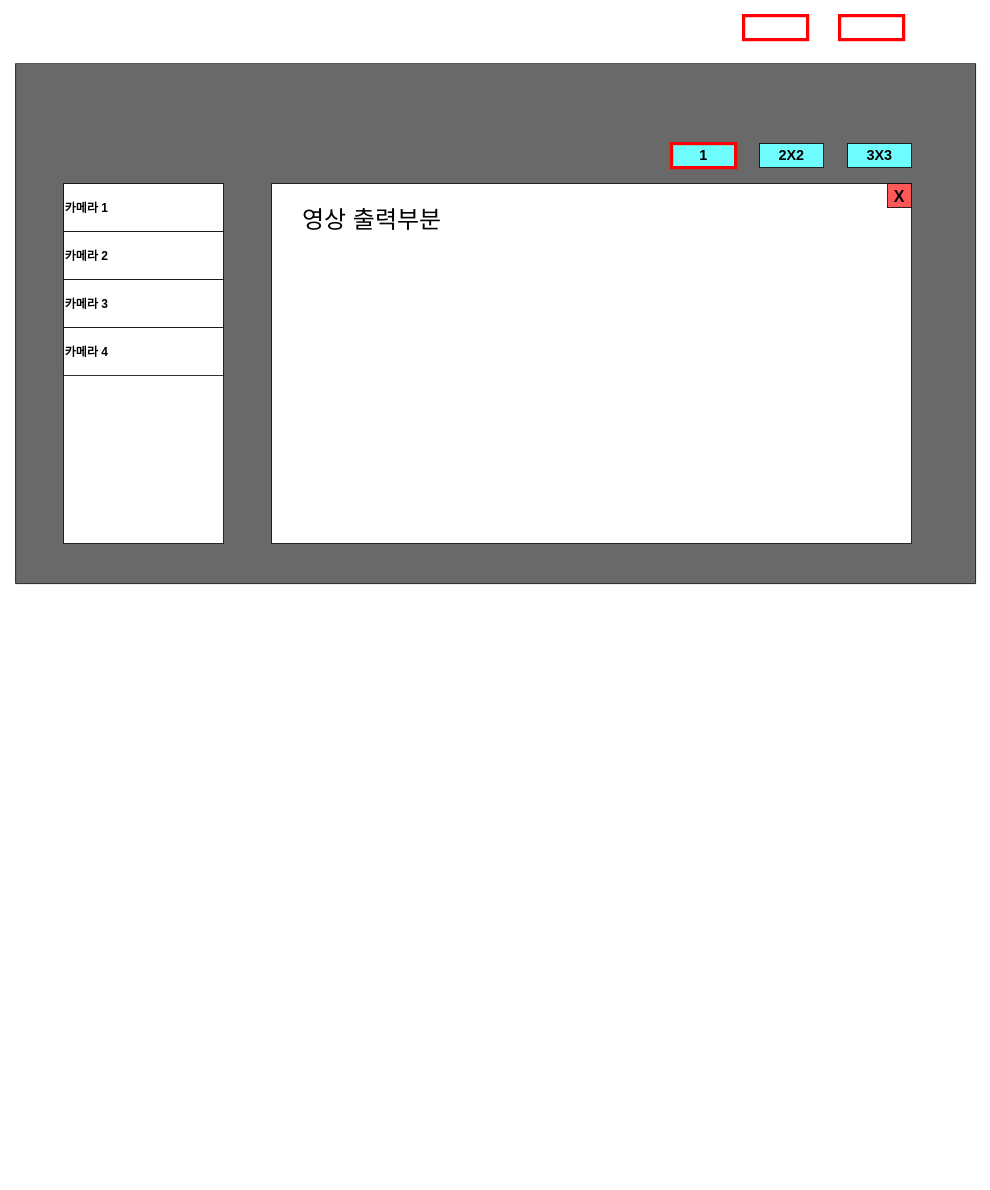
This is RTSP관제프로그램 UI.drawio from Hyunmin-Kwak-hub/neighbor21, a draw.io file, before an edit. Source tidied: cells renumbered, new cells numbered last; positions are measured from the earlier drawing's top-left corner, leaving out a move shared by most shapes. Both pictures are drawn from the tidied source at 80%, with x=0, y=0 at pixel (15, 15).
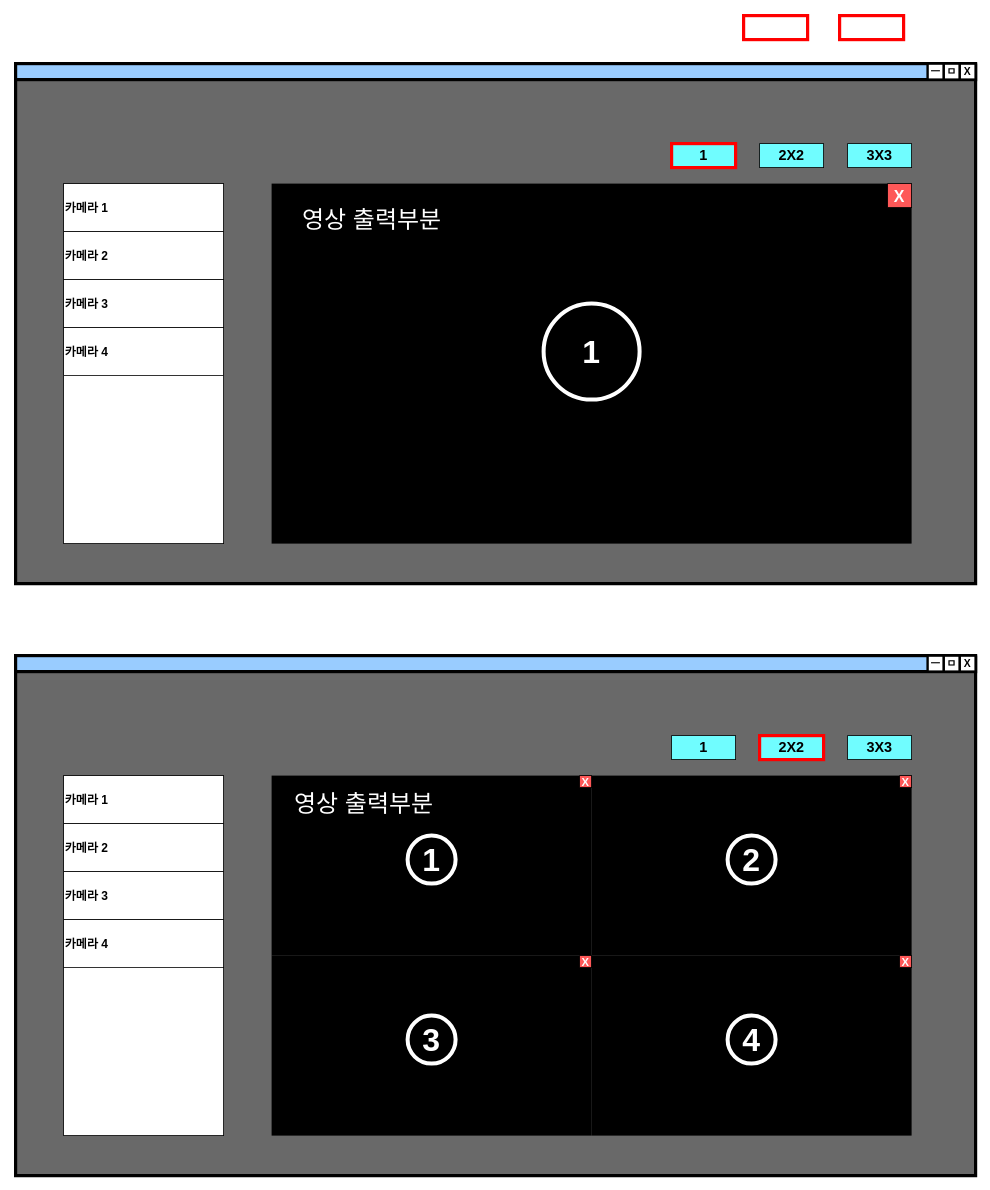
The same page after the edit.

Commit message (it also covers changes not shown here):
RTSP관제프로그램 UI.drawio 업데이트

Change to the diagram source:
```diff
@@
-    <mxCell id="2" style="swimlane;startSize=0;swimlaneFillColor=light-dark(#696969, #ededed);fillColor=none;" parent="1" vertex="1">
+    <mxCell id="2" style="swimlane;startSize=0;swimlaneFillColor=light-dark(#696969, #ededed);fillColor=none;strokeWidth=4;" parent="1" vertex="1">
       <mxGeometry y="60" width="1200" height="650" as="geometry" />
     </mxCell>
-    <mxCell id="3" style="rounded=0;whiteSpace=wrap;html=1;" parent="2" vertex="1">
+    <mxCell id="3" style="rounded=0;whiteSpace=wrap;html=1;gradientColor=none;strokeColor=none;fillColor=#000000;" parent="2" vertex="1">
       <mxGeometry x="320" y="150" width="800" height="450" as="geometry" />
     </mxCell>
-    <mxCell id="4" value="영상 출력부분" style="text;html=1;align=center;verticalAlign=middle;strokeColor=none;fillColor=none;fontSize=30;" parent="2" vertex="1">
+    <mxCell id="4" value="영상 출력부분" style="text;html=1;align=center;verticalAlign=middle;strokeColor=none;fillColor=none;fontSize=30;fontColor=#FFFFFF;" parent="2" vertex="1">
       <mxGeometry x="340" y="170" width="210" height="50" as="geometry" />
     </mxCell>
@@
-    <mxCell id="9" value="X" style="whiteSpace=wrap;html=1;fontStyle=1;fontSize=20;fillColor=light-dark(#fe5858, #ff7777);" parent="2" vertex="1">
+    <mxCell id="9" value="X" style="whiteSpace=wrap;html=1;fontStyle=1;fontSize=20;fillColor=light-dark(#fe5858, #ff7777);fontColor=#FFFFFF;" parent="2" vertex="1">
       <mxGeometry x="1090" y="150" width="30" height="30" as="geometry" />
     </mxCell>
@@
+    <mxCell id="17" value="&lt;b&gt;&lt;font style=&quot;font-size: 40px; color: rgb(255, 255, 255);&quot;&gt;1&lt;/font&gt;&lt;/b&gt;" style="ellipse;whiteSpace=wrap;html=1;strokeWidth=5;strokeColor=light-dark(#ffffff, #ededed);fillColor=none;" parent="2" vertex="1">
+      <mxGeometry x="660" y="300" width="120" height="120" as="geometry" />
+    </mxCell>
+    <mxCell id="18" style="rounded=0;whiteSpace=wrap;html=1;strokeWidth=4;fillColor=#99CCFF;" parent="2" vertex="1">
+      <mxGeometry width="1200" height="20" as="geometry" />
+    </mxCell>
+    <mxCell id="19" value="X" style="whiteSpace=wrap;html=1;strokeWidth=3;fontStyle=1;fontSize=13;" parent="2" vertex="1">
+      <mxGeometry x="1180" width="20" height="20" as="geometry" />
+    </mxCell>
+    <mxCell id="20" value="ㅁ" style="whiteSpace=wrap;html=1;strokeWidth=3;fontStyle=1;fontSize=13;" parent="2" vertex="1">
+      <mxGeometry x="1160" width="20" height="20" as="geometry" />
+    </mxCell>
+    <mxCell id="21" value="ㅡ" style="whiteSpace=wrap;html=1;strokeWidth=3;fontStyle=1;fontSize=13;" parent="2" vertex="1">
+      <mxGeometry x="1140" width="20" height="20" as="geometry" />
+    </mxCell>
@@
+    <mxCell id="22" style="swimlane;startSize=0;swimlaneFillColor=light-dark(#696969, #ededed);fillColor=none;strokeWidth=4;" parent="1" vertex="1">
+      <mxGeometry y="800" width="1200" height="650" as="geometry" />
+    </mxCell>
+    <mxCell id="23" style="rounded=0;whiteSpace=wrap;html=1;" parent="22" vertex="1">
+      <mxGeometry x="60" y="150" width="200" height="450" as="geometry" />
+    </mxCell>
+    <mxCell id="24" value="1" style="rounded=0;whiteSpace=wrap;html=1;fontSize=18;fontStyle=1;gradientColor=none;fillColor=light-dark(#70FDFF,#EDEDED);" parent="22" vertex="1">
+      <mxGeometry x="820" y="100" width="80" height="30" as="geometry" />
+    </mxCell>
+    <mxCell id="25" value="3X3" style="rounded=0;whiteSpace=wrap;html=1;fontStyle=1;fontSize=18;fillColor=#70FDFF;" parent="22" vertex="1">
+      <mxGeometry x="1040" y="100" width="80" height="30" as="geometry" />
+    </mxCell>
+    <mxCell id="26" value="2X2" style="rounded=0;whiteSpace=wrap;html=1;fontSize=18;fontStyle=1;fillColor=#70FDFF;" parent="22" vertex="1">
+      <mxGeometry x="930" y="100" width="80" height="30" as="geometry" />
+    </mxCell>
+    <mxCell id="27" value="카메라 1" style="rounded=0;whiteSpace=wrap;html=1;align=left;fontStyle=1;fontSize=15;" parent="22" vertex="1">
+      <mxGeometry x="60" y="150" width="200" height="60" as="geometry" />
+    </mxCell>
+    <mxCell id="28" value="카메라 2" style="rounded=0;whiteSpace=wrap;html=1;align=left;fontStyle=1;fontSize=15;" parent="22" vertex="1">
+      <mxGeometry x="60" y="210" width="200" height="60" as="geometry" />
+    </mxCell>
+    <mxCell id="29" value="카메라 3" style="rounded=0;whiteSpace=wrap;html=1;align=left;fontStyle=1;fontSize=15;" parent="22" vertex="1">
+      <mxGeometry x="60" y="270" width="200" height="60" as="geometry" />
+    </mxCell>
+    <mxCell id="30" value="카메라 4" style="rounded=0;whiteSpace=wrap;html=1;align=left;fontSize=15;fontStyle=1;" parent="22" vertex="1">
+      <mxGeometry x="60" y="330" width="200" height="60" as="geometry" />
+    </mxCell>
+    <mxCell id="31" style="rounded=0;whiteSpace=wrap;html=1;fillColor=none;strokeWidth=4;strokeColor=light-dark(#ff0000, #ededed);" parent="22" vertex="1">
+      <mxGeometry x="930" y="100" width="80" height="30" as="geometry" />
+    </mxCell>
+    <mxCell id="32" style="rounded=0;whiteSpace=wrap;html=1;strokeWidth=4;fillColor=#99CCFF;" parent="22" vertex="1">
+      <mxGeometry width="1200" height="20" as="geometry" />
+    </mxCell>
+    <mxCell id="33" value="X" style="whiteSpace=wrap;html=1;strokeWidth=3;fontStyle=1;fontSize=13;" parent="22" vertex="1">
+      <mxGeometry x="1180" width="20" height="20" as="geometry" />
+    </mxCell>
+    <mxCell id="34" value="ㅁ" style="whiteSpace=wrap;html=1;strokeWidth=3;fontStyle=1;fontSize=13;" parent="22" vertex="1">
+      <mxGeometry x="1160" width="20" height="20" as="geometry" />
+    </mxCell>
+    <mxCell id="35" value="ㅡ" style="whiteSpace=wrap;html=1;strokeWidth=3;fontStyle=1;fontSize=13;" parent="22" vertex="1">
+      <mxGeometry x="1140" width="20" height="20" as="geometry" />
+    </mxCell>
+    <mxCell id="36" style="group;" parent="22" vertex="1">
+      <mxGeometry x="320" y="150" width="800" height="450" as="geometry" />
+    </mxCell>
+    <mxCell id="37" style="rounded=0;whiteSpace=wrap;html=1;gradientColor=none;strokeColor=none;fillColor=#000000;" parent="36" vertex="1">
+      <mxGeometry x="400" width="400" height="225" as="geometry" />
+    </mxCell>
+    <mxCell id="38" value="X" style="whiteSpace=wrap;html=1;fontStyle=1;fontSize=14;fillColor=light-dark(#fe5858, #ff7777);fontColor=#FFFFFF;" parent="36" vertex="1">
+      <mxGeometry x="785" width="15" height="15" as="geometry" />
+    </mxCell>
+    <mxCell id="39" value="&lt;b&gt;&lt;font style=&quot;font-size: 40px; color: rgb(255, 255, 255);&quot;&gt;2&lt;/font&gt;&lt;/b&gt;" style="ellipse;whiteSpace=wrap;html=1;strokeWidth=5;strokeColor=light-dark(#ffffff, #ededed);fillColor=none;" parent="36" vertex="1">
+      <mxGeometry x="570" y="75" width="60" height="60" as="geometry" />
+    </mxCell>
+    <mxCell id="40" style="rounded=0;whiteSpace=wrap;html=1;gradientColor=none;strokeColor=none;fillColor=#000000;" parent="36" vertex="1">
+      <mxGeometry width="400" height="225" as="geometry" />
+    </mxCell>
+    <mxCell id="41" value="영상 출력부분" style="text;html=1;align=center;verticalAlign=middle;strokeColor=none;fillColor=none;fontSize=30;fontColor=#FFFFFF;" parent="36" vertex="1">
+      <mxGeometry x="10" y="10" width="210" height="50" as="geometry" />
+    </mxCell>
+    <mxCell id="42" value="X" style="whiteSpace=wrap;html=1;fontStyle=1;fontSize=14;fillColor=light-dark(#fe5858, #ff7777);fontColor=#FFFFFF;" parent="36" vertex="1">
+      <mxGeometry x="385" width="15" height="15" as="geometry" />
+    </mxCell>
+    <mxCell id="43" value="&lt;b&gt;&lt;font style=&quot;font-size: 40px; color: rgb(255, 255, 255);&quot;&gt;1&lt;/font&gt;&lt;/b&gt;" style="ellipse;whiteSpace=wrap;html=1;strokeWidth=5;strokeColor=light-dark(#ffffff, #ededed);fillColor=none;" parent="36" vertex="1">
+      <mxGeometry x="170" y="75" width="60" height="60" as="geometry" />
+    </mxCell>
+    <mxCell id="44" style="rounded=0;whiteSpace=wrap;html=1;gradientColor=none;strokeColor=none;fillColor=#000000;" parent="36" vertex="1">
+      <mxGeometry y="225" width="400" height="225" as="geometry" />
+    </mxCell>
+    <mxCell id="45" value="X" style="whiteSpace=wrap;html=1;fontStyle=1;fontSize=14;fillColor=light-dark(#fe5858, #ff7777);fontColor=#FFFFFF;" parent="36" vertex="1">
+      <mxGeometry x="385" y="225" width="15" height="15" as="geometry" />
+    </mxCell>
+    <mxCell id="46" value="&lt;b&gt;&lt;font style=&quot;font-size: 40px; color: rgb(255, 255, 255);&quot;&gt;3&lt;/font&gt;&lt;/b&gt;" style="ellipse;whiteSpace=wrap;html=1;strokeWidth=5;strokeColor=light-dark(#ffffff, #ededed);fillColor=none;" parent="36" vertex="1">
+      <mxGeometry x="170" y="300" width="60" height="60" as="geometry" />
+    </mxCell>
+    <mxCell id="47" style="rounded=0;whiteSpace=wrap;html=1;gradientColor=none;strokeColor=none;fillColor=#000000;" parent="36" vertex="1">
+      <mxGeometry x="400" y="225" width="400" height="225" as="geometry" />
+    </mxCell>
+    <mxCell id="48" value="X" style="whiteSpace=wrap;html=1;fontStyle=1;fontSize=14;fillColor=light-dark(#fe5858, #ff7777);fontColor=#FFFFFF;" parent="36" vertex="1">
+      <mxGeometry x="785" y="225" width="15" height="15" as="geometry" />
+    </mxCell>
+    <mxCell id="49" value="&lt;b&gt;&lt;font style=&quot;font-size: 40px; color: rgb(255, 255, 255);&quot;&gt;4&lt;/font&gt;&lt;/b&gt;" style="ellipse;whiteSpace=wrap;html=1;strokeWidth=5;strokeColor=light-dark(#ffffff, #ededed);fillColor=none;" parent="36" vertex="1">
+      <mxGeometry x="570" y="300" width="60" height="60" as="geometry" />
+    </mxCell>
```
